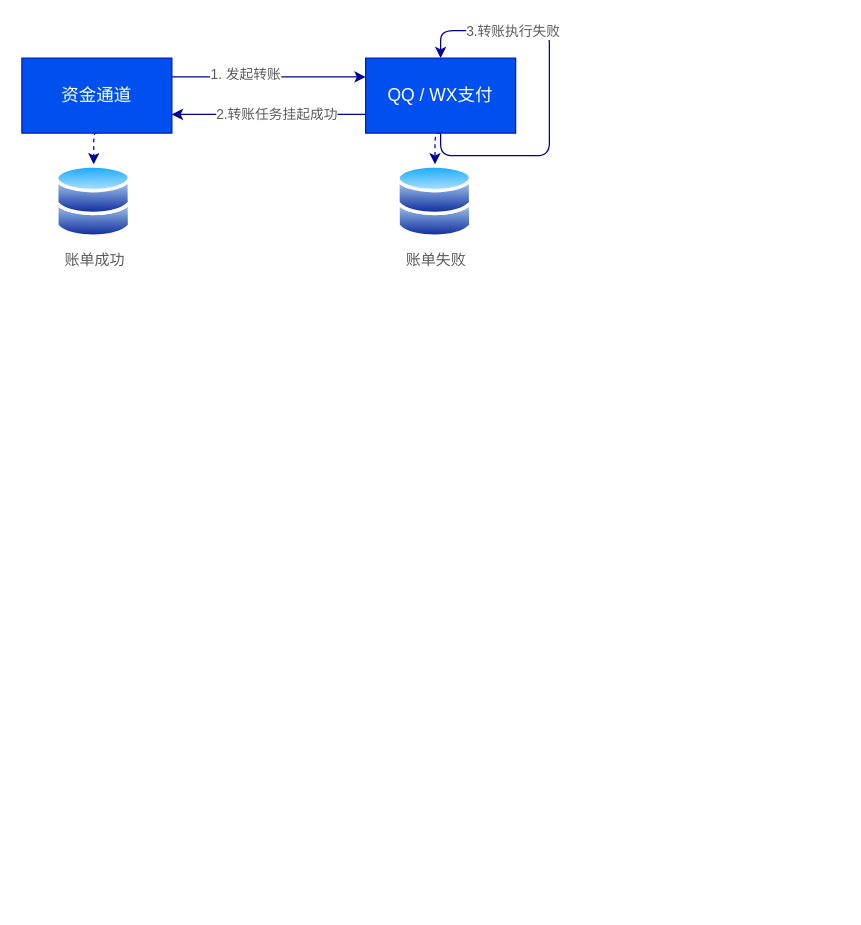
Before: page "Page-2" (2 of 2) of Untitled Diagram.drawio in wutongshu1993/blog, a draw.io diagram. Source tidied: cells renumbered, new cells numbered last; positions are measured from the earlier drawing's top-left corner, leaving out a move shared by most shapes. Both pictures are drawn from the tidied source at 125%, with x=0, y=0 at pixel (21, 30).
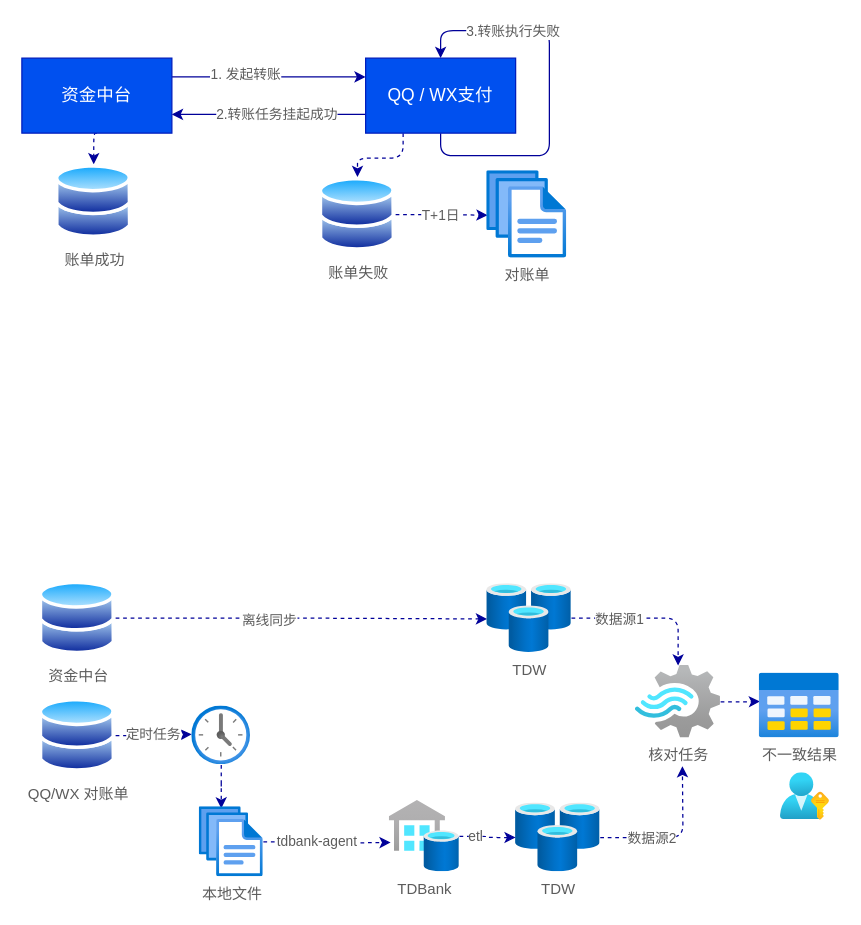
The same diagram, later.

Unchanged cells that the change refers to:
```xml
<mxCell id="11" value="&lt;font style=&quot;font-size: 14px&quot;&gt;QQ / WX支付&lt;/font&gt;" style="rounded=0;whiteSpace=wrap;html=1;sketch=0;fontColor=#ffffff;strokeColor=#001DBC;fillColor=#0050ef;" parent="1" vertex="1">
  <mxGeometry x="275" y="22" width="120" height="60" as="geometry" />
</mxCell>
```

The edit, as a diff of the source:
```diff
@@
-    <mxCell id="5" value="&lt;font style=&quot;font-size: 14px&quot;&gt;资金通道&lt;/font&gt;" style="rounded=0;whiteSpace=wrap;html=1;sketch=0;fontColor=#ffffff;strokeColor=#001DBC;fillColor=#0050ef;" parent="1" vertex="1">
+    <mxCell id="5" value="&lt;font style=&quot;font-size: 14px&quot;&gt;资金中台&lt;/font&gt;" style="rounded=0;whiteSpace=wrap;html=1;sketch=0;fontColor=#ffffff;strokeColor=#001DBC;fillColor=#0050ef;" parent="1" vertex="1">
       <mxGeometry y="22" width="120" height="60" as="geometry" />
     </mxCell>
@@
-    <mxCell id="10" style="edgeStyle=orthogonalEdgeStyle;curved=0;rounded=1;sketch=0;jettySize=auto;html=1;exitX=0.5;exitY=1;exitDx=0;exitDy=0;entryX=0.5;entryY=0;entryDx=0;entryDy=0;dashed=1;fontColor=#5C5C5C;strokeColor=#000099;strokeWidth=1;fillColor=#21C0A5;" parent="1" edge="1" source="11" target="13">
+    <mxCell id="10" style="edgeStyle=orthogonalEdgeStyle;curved=0;rounded=1;sketch=0;jettySize=auto;html=1;exitX=0.25;exitY=1;exitDx=0;exitDy=0;entryX=0.5;entryY=0;entryDx=0;entryDy=0;dashed=1;fontColor=#5C5C5C;strokeColor=#000099;strokeWidth=1;fillColor=#21C0A5;" parent="1" edge="1" source="11" target="13">
       <mxGeometry relative="1" as="geometry" />
     </mxCell>
@@
+    <mxCell id="14" value="T+1日" style="edgeStyle=orthogonalEdgeStyle;curved=0;rounded=1;sketch=0;jettySize=auto;html=1;exitX=1;exitY=0.5;exitDx=0;exitDy=0;entryX=0.009;entryY=0.509;entryDx=0;entryDy=0;entryPerimeter=0;dashed=1;fontColor=#5C5C5C;strokeColor=#000099;strokeWidth=1;fillColor=#21C0A5;" parent="1" edge="1" source="13" target="15">
+      <mxGeometry relative="1" as="geometry" />
+    </mxCell>
     <mxCell id="13" value="账单失败" style="perimeter=ellipsePerimeter;html=1;align=center;shadow=0;dashed=0;spacingTop=3;image;image=img/lib/active_directory/databases.svg;rounded=0;sketch=0;fontColor=#5C5C5C;strokeColor=#006658;fillColor=#21C0A5;" parent="1" vertex="1">
-      <mxGeometry x="300" y="107" width="61" height="59.8" as="geometry" />
+      <mxGeometry x="238" y="117.2" width="61" height="59.8" as="geometry" />
     </mxCell>
+    <mxCell id="15" value="对账单" style="html=1;points=[];align=center;image;fontSize=12;image=img/lib/azure2/general/Files.svg;rounded=0;sketch=0;fontColor=#5C5C5C;strokeColor=#006658;fillColor=#21C0A5;" parent="1" vertex="1">
+      <mxGeometry x="372" y="112.1" width="64" height="70" as="geometry" />
+    </mxCell>
+    <mxCell id="16" style="html=1;align=center;image;fontSize=12;image=img/lib/azure2/azure_stack/User_Subscriptions.svg;rounded=0;sketch=0;fontColor=#5C5C5C;strokeColor=#006658;fillColor=#21C0A5;" parent="1" vertex="1">
+      <mxGeometry x="607" y="593.8" width="39.1" height="38" as="geometry" />
+    </mxCell>
+    <mxCell id="17" style="edgeStyle=orthogonalEdgeStyle;curved=0;rounded=1;sketch=0;jettySize=auto;html=1;exitX=1;exitY=0.5;exitDx=0;exitDy=0;entryX=0.002;entryY=0.512;entryDx=0;entryDy=0;entryPerimeter=0;dashed=1;fontColor=#5C5C5C;strokeColor=#000099;strokeWidth=1;fillColor=#21C0A5;" parent="1" edge="1" source="19" target="22">
+      <mxGeometry relative="1" as="geometry" />
+    </mxCell>
+    <mxCell id="18" value="离线同步" style="edgeLabel;html=1;align=center;verticalAlign=middle;fontColor=#5C5C5C;" parent="17" vertex="1">
+      <mxGeometry x="-0.18" y="-1" relative="1" as="geometry" />
+    </mxCell>
+    <mxCell id="19" value="资金中台" style="perimeter=ellipsePerimeter;html=1;align=center;shadow=0;dashed=0;spacingTop=3;image;image=img/lib/active_directory/databases.svg;rounded=0;sketch=0;fontColor=#5C5C5C;strokeColor=#006658;fillColor=#21C0A5;" parent="1" vertex="1">
+      <mxGeometry x="14" y="440.1" width="61" height="59.8" as="geometry" />
+    </mxCell>
+    <mxCell id="20" style="edgeStyle=orthogonalEdgeStyle;curved=0;rounded=1;sketch=0;jettySize=auto;html=1;dashed=1;fontColor=#5C5C5C;strokeColor=#000099;strokeWidth=1;fillColor=#21C0A5;" parent="1" edge="1" source="22" target="37">
+      <mxGeometry relative="1" as="geometry" />
+    </mxCell>
+    <mxCell id="21" value="数据源1" style="edgeLabel;html=1;align=center;verticalAlign=middle;fontColor=#5C5C5C;" parent="20" vertex="1">
+      <mxGeometry x="-0.59" relative="1" as="geometry">
+        <mxPoint x="13" as="offset" />
+      </mxGeometry>
+    </mxCell>
+    <mxCell id="22" value="TDW" style="html=1;points=[];align=center;image;fontSize=12;image=img/lib/azure2/databases/Cache_Redis.svg;rounded=0;sketch=0;fontColor=#5C5C5C;strokeColor=#006658;fillColor=#21C0A5;" parent="1" vertex="1">
+      <mxGeometry x="372" y="442.5" width="67.7" height="55" as="geometry" />
+    </mxCell>
+    <mxCell id="23" value="定时任务" style="edgeStyle=orthogonalEdgeStyle;curved=0;rounded=1;sketch=0;jettySize=auto;html=1;exitX=1;exitY=0.5;exitDx=0;exitDy=0;entryX=-0.005;entryY=0.48;entryDx=0;entryDy=0;entryPerimeter=0;dashed=1;fontColor=#5C5C5C;strokeColor=#000099;strokeWidth=1;fillColor=#21C0A5;" parent="1" edge="1" source="24" target="26">
+      <mxGeometry relative="1" as="geometry" />
+    </mxCell>
+    <mxCell id="24" value="QQ/WX 对账单" style="perimeter=ellipsePerimeter;html=1;align=center;shadow=0;dashed=0;spacingTop=3;image;image=img/lib/active_directory/databases.svg;rounded=0;sketch=0;fontColor=#5C5C5C;strokeColor=#006658;fillColor=#21C0A5;" parent="1" vertex="1">
+      <mxGeometry x="14" y="534" width="61" height="59.8" as="geometry" />
+    </mxCell>
+    <mxCell id="25" style="edgeStyle=orthogonalEdgeStyle;curved=0;rounded=1;sketch=0;jettySize=auto;html=1;entryX=0.342;entryY=0.022;entryDx=0;entryDy=0;entryPerimeter=0;dashed=1;fontColor=#5C5C5C;strokeColor=#000099;strokeWidth=1;fillColor=#21C0A5;" parent="1" edge="1" source="26" target="29">
+      <mxGeometry relative="1" as="geometry" />
+    </mxCell>
+    <mxCell id="26" style="html=1;points=[];align=center;image;fontSize=12;image=img/lib/azure2/general/Recent.svg;rounded=0;sketch=0;fontColor=#5C5C5C;strokeColor=#006658;fillColor=#21C0A5;" parent="1" vertex="1">
+      <mxGeometry x="136" y="540.4" width="47" height="47" as="geometry" />
+    </mxCell>
+    <mxCell id="27" style="edgeStyle=orthogonalEdgeStyle;curved=0;rounded=1;sketch=0;jettySize=auto;html=1;dashed=1;fontColor=#5C5C5C;strokeColor=#000099;strokeWidth=1;fillColor=#21C0A5;" parent="1" edge="1" source="29">
+      <mxGeometry relative="1" as="geometry">
+        <mxPoint x="295" y="649.5" as="targetPoint" />
+      </mxGeometry>
+    </mxCell>
+    <mxCell id="28" value="tdbank-agent" style="edgeLabel;html=1;align=center;verticalAlign=middle;fontColor=#5C5C5C;" parent="27" vertex="1">
+      <mxGeometry x="-0.19" y="1" relative="1" as="geometry" />
+    </mxCell>
+    <mxCell id="29" value="本地文件" style="html=1;points=[];align=center;image;fontSize=12;image=img/lib/azure2/general/Files.svg;rounded=0;sketch=0;fontColor=#5C5C5C;strokeColor=#006658;fillColor=#21C0A5;" parent="1" vertex="1">
+      <mxGeometry x="142" y="621" width="51.2" height="56" as="geometry" />
+    </mxCell>
+    <mxCell id="30" style="edgeStyle=orthogonalEdgeStyle;curved=0;rounded=1;sketch=0;jettySize=auto;html=1;dashed=1;fontColor=#5C5C5C;strokeColor=#000099;strokeWidth=1;fillColor=#21C0A5;" parent="1" edge="1" source="32">
+      <mxGeometry relative="1" as="geometry">
+        <mxPoint x="528.4" y="588.4" as="targetPoint" />
+      </mxGeometry>
+    </mxCell>
+    <mxCell id="31" value="数据源2" style="edgeLabel;html=1;align=center;verticalAlign=middle;fontColor=#5C5C5C;" parent="30" vertex="1">
+      <mxGeometry x="-0.34" relative="1" as="geometry" />
+    </mxCell>
+    <mxCell id="32" value="TDW" style="html=1;points=[];align=center;image;fontSize=12;image=img/lib/azure2/databases/Cache_Redis.svg;rounded=0;sketch=0;fontColor=#5C5C5C;strokeColor=#006658;fillColor=#21C0A5;" parent="1" vertex="1">
+      <mxGeometry x="395" y="618" width="67.7" height="55" as="geometry" />
+    </mxCell>
+    <mxCell id="33" style="edgeStyle=orthogonalEdgeStyle;curved=0;rounded=1;sketch=0;jettySize=auto;html=1;dashed=1;fontColor=#5C5C5C;strokeColor=#000099;strokeWidth=1;fillColor=#21C0A5;" parent="1" edge="1" source="35" target="32">
+      <mxGeometry relative="1" as="geometry" />
+    </mxCell>
+    <mxCell id="34" value="etl" style="edgeLabel;html=1;align=center;verticalAlign=middle;fontColor=#5C5C5C;" parent="33" vertex="1">
+      <mxGeometry x="-0.47" relative="1" as="geometry" />
+    </mxCell>
+    <mxCell id="35" value="TDBank" style="html=1;points=[];align=center;image;fontSize=12;image=img/lib/azure2/integration/SQL_Data_Warehouses.svg;rounded=0;sketch=0;fontColor=#5C5C5C;strokeColor=#006658;fillColor=#21C0A5;" parent="1" vertex="1">
+      <mxGeometry x="294" y="616" width="56.1" height="57" as="geometry" />
+    </mxCell>
+    <mxCell id="36" style="edgeStyle=orthogonalEdgeStyle;curved=0;rounded=1;sketch=0;jettySize=auto;html=1;entryX=0.008;entryY=0.437;entryDx=0;entryDy=0;entryPerimeter=0;dashed=1;fontColor=#5C5C5C;strokeColor=#000099;strokeWidth=1;fillColor=#21C0A5;" parent="1" edge="1" source="37" target="38">
+      <mxGeometry relative="1" as="geometry" />
+    </mxCell>
+    <mxCell id="37" value="核对任务" style="html=1;points=[];align=center;image;fontSize=12;image=img/lib/azure2/iot/Stream_Analytics_Jobs.svg;rounded=0;sketch=0;fontColor=#5C5C5C;strokeColor=#006658;fillColor=#21C0A5;" parent="1" vertex="1">
+      <mxGeometry x="491" y="508" width="68" height="58" as="geometry" />
+    </mxCell>
+    <mxCell id="38" value="不一致结果" style="html=1;points=[];align=center;image;fontSize=12;image=img/lib/azure2/general/Table.svg;rounded=0;sketch=0;fontColor=#5C5C5C;strokeColor=#006658;fillColor=#21C0A5;" parent="1" vertex="1">
+      <mxGeometry x="590" y="514" width="64" height="52" as="geometry" />
+    </mxCell>
```
